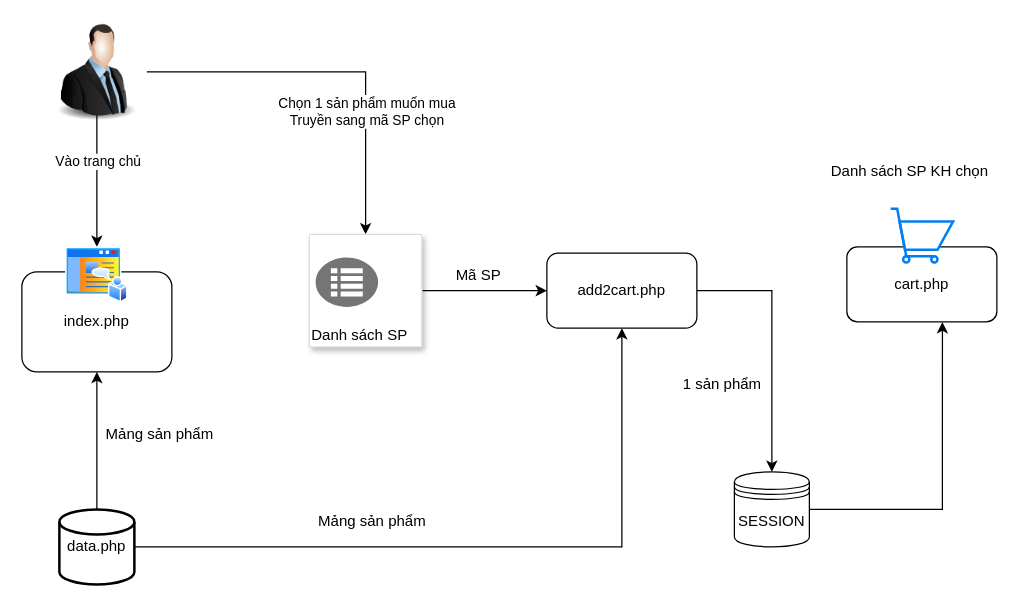
This is Untitled Diagram.drawio from sinhnguyen1111/PHP25, a draw.io file, before an edit. Source tidied: cells renumbered, new cells numbered last; positions are measured from the earlier drawing's top-left corner, leaving out a move shared by most shapes. Both pictures are drawn from the tidied source at 125%, with x=0, y=0 at pixel (21, 21).
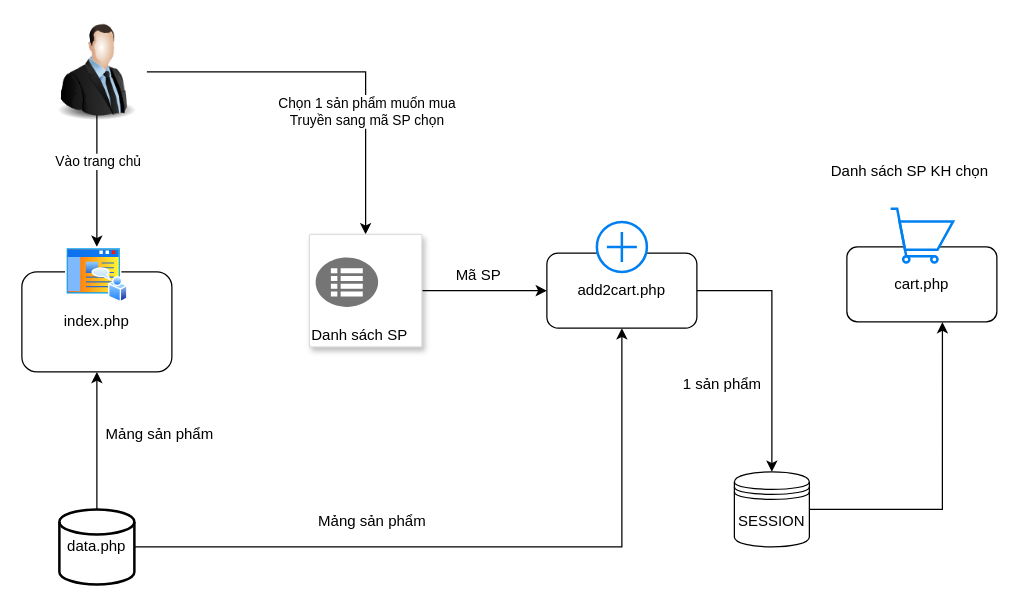
After the change.

The edit, as a diff of the source:
```diff
@@
+    <mxCell id="26" style="html=1;verticalLabelPosition=bottom;align=center;labelBackgroundColor=#ffffff;verticalAlign=top;strokeWidth=2;strokeColor=#0080F0;shadow=0;dashed=0;shape=mxgraph.ios7.icons.add;sketch=0;" parent="1" vertex="1">
+      <mxGeometry x="460" y="160" width="40" height="40" as="geometry" />
+    </mxCell>
```
